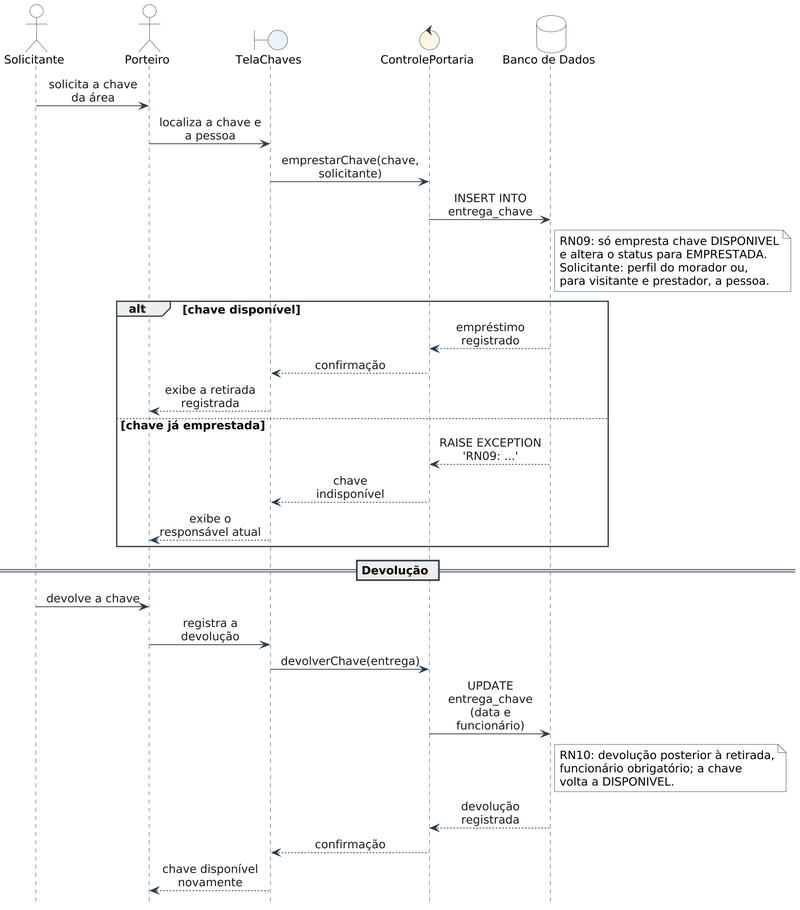
Above: Documentos/diagramas/diagramas_sequencia/05_seq_uc06.png in jvmuka/OASIS (PlantUML), before the change. Source of this version:
```plantuml
@startuml 05_seq_uc06
skinparam dpi 200
skinparam backgroundColor #FFFFFF
skinparam defaultFontName Arial
skinparam defaultFontSize 14
skinparam shadowing false
skinparam sequenceMessageAlign center
skinparam responseMessageBelowArrow true
skinparam ArrowColor #2C3E50
skinparam ArrowFontColor #1A1A1A
skinparam sequence {
  LifeLineBorderColor #2C3E50
  ParticipantBorderColor #2C3E50
  ParticipantBackgroundColor #FFFFFF
  ActorBorderColor #2C3E50
  ActorBackgroundColor #FFFFFF
  BoxBorderColor #2C3E50
  GroupBorderColor #2C3E50
  GroupHeaderFontStyle bold
  DividerBorderColor #2C3E50
}
skinparam boundary {
  BackgroundColor #EAF2FB
  BorderColor #2C3E50
}
skinparam control {
  BackgroundColor #FDF6E3
  BorderColor #2C3E50
}
skinparam database {
  BackgroundColor #FFFFFF
  BorderColor #2C3E50
}
skinparam note {
  BackgroundColor #FFFFFF
  BorderColor #2C3E50
}
hide footbox
skinparam maxMessageSize 130
skinparam ParticipantPadding 4
skinparam BoxPadding 4

actor "Solicitante" as M
actor "Porteiro" as P
boundary "TelaChaves" as T
control "ControlePortaria" as C
database "Banco de Dados" as BD

M -> P : solicita a chave da área
P -> T : localiza a chave e a pessoa
T -> C : emprestarChave(chave, solicitante)
C -> BD : INSERT INTO entrega_chave
note right of BD
  RN09: só empresta chave DISPONIVEL
  e altera o status para EMPRESTADA.
  Solicitante: perfil do morador ou,
  para visitante e prestador, a pessoa.
end note
alt chave disponível
  BD --> C : empréstimo registrado
  C --> T : confirmação
  T --> P : exibe a retirada registrada
else chave já emprestada
  BD --> C : RAISE EXCEPTION 'RN09: ...'
  C --> T : chave indisponível
  T --> P : exibe o responsável atual
end
== Devolução ==
M -> P : devolve a chave
P -> T : registra a devolução
T -> C : devolverChave(entrega)
C -> BD : UPDATE entrega_chave (data e funcionário)
note right of BD
  RN10: devolução posterior à retirada,
  funcionário obrigatório; a chave
  volta a DISPONIVEL.
end note
BD --> C : devolução registrada
C --> T : confirmação
T --> P : chave disponível novamente
@enduml
```
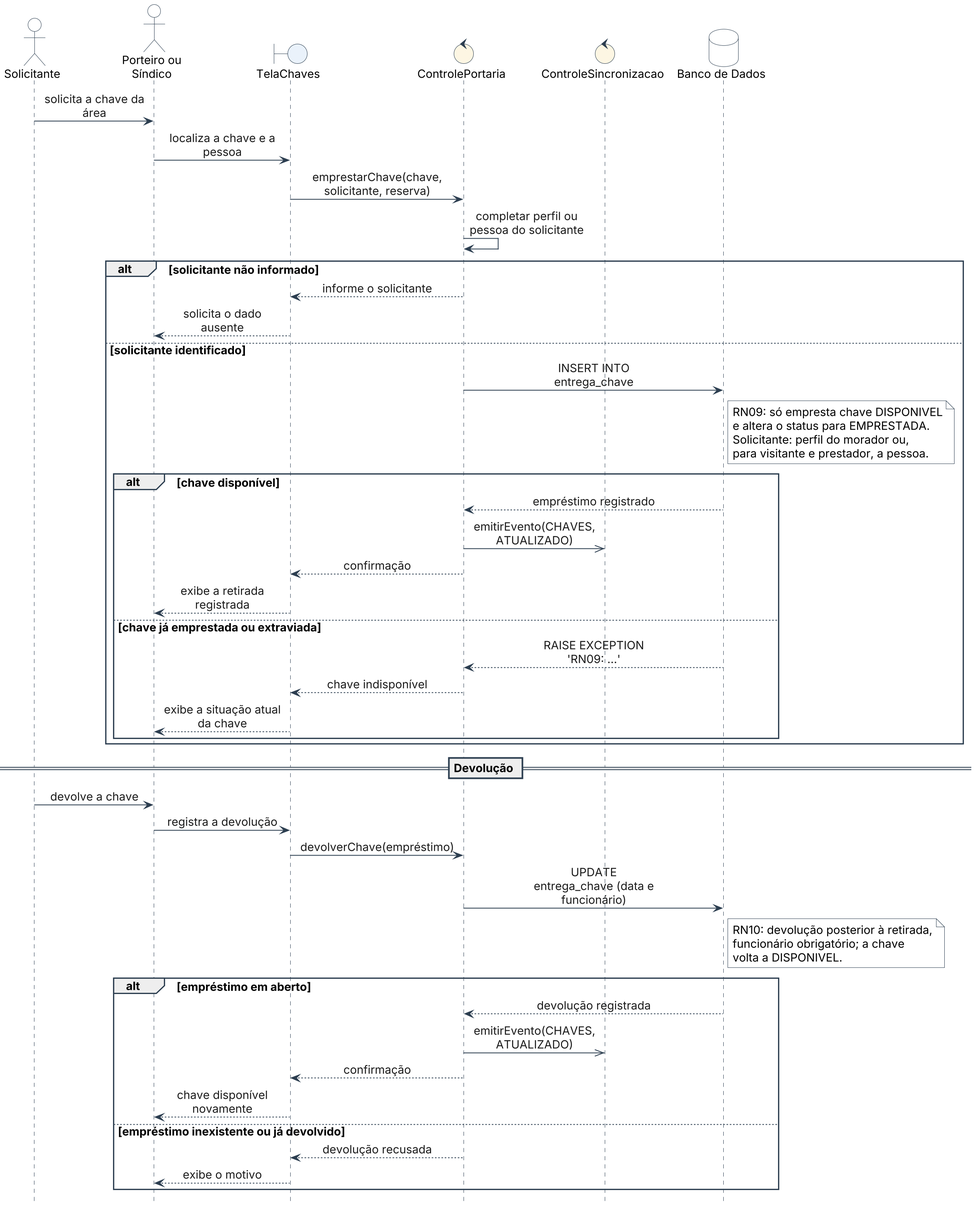
The same file after the commit.

Change to the diagram source:
```diff
@@ -1,81 +1,55 @@
 @startuml 05_seq_uc06
-skinparam dpi 200
-skinparam backgroundColor #FFFFFF
-skinparam defaultFontName Arial
-skinparam defaultFontSize 14
-skinparam shadowing false
-skinparam sequenceMessageAlign center
-skinparam responseMessageBelowArrow true
-skinparam ArrowColor #2C3E50
-skinparam ArrowFontColor #1A1A1A
-skinparam sequence {
-  LifeLineBorderColor #2C3E50
-  ParticipantBorderColor #2C3E50
-  ParticipantBackgroundColor #FFFFFF
-  ActorBorderColor #2C3E50
-  ActorBackgroundColor #FFFFFF
-  BoxBorderColor #2C3E50
-  GroupBorderColor #2C3E50
-  GroupHeaderFontStyle bold
-  DividerBorderColor #2C3E50
-}
-skinparam boundary {
-  BackgroundColor #EAF2FB
-  BorderColor #2C3E50
-}
-skinparam control {
-  BackgroundColor #FDF6E3
-  BorderColor #2C3E50
-}
-skinparam database {
-  BackgroundColor #FFFFFF
-  BorderColor #2C3E50
-}
-skinparam note {
-  BackgroundColor #FFFFFF
-  BorderColor #2C3E50
-}
-hide footbox
-skinparam maxMessageSize 130
-skinparam ParticipantPadding 4
-skinparam BoxPadding 4
-
+!include cabecalho.iuml
 actor "Solicitante" as M
-actor "Porteiro" as P
+actor "Porteiro ou\nSíndico" as P
 boundary "TelaChaves" as T
 control "ControlePortaria" as C
+control "ControleSincronizacao" as S
 database "Banco de Dados" as BD
 
 M -> P : solicita a chave da área
 P -> T : localiza a chave e a pessoa
-T -> C : emprestarChave(chave, solicitante)
-C -> BD : INSERT INTO entrega_chave
-note right of BD
-  RN09: só empresta chave DISPONIVEL
-  e altera o status para EMPRESTADA.
-  Solicitante: perfil do morador ou,
-  para visitante e prestador, a pessoa.
-end note
-alt chave disponível
-  BD --> C : empréstimo registrado
-  C --> T : confirmação
-  T --> P : exibe a retirada registrada
-else chave já emprestada
-  BD --> C : RAISE EXCEPTION 'RN09: ...'
-  C --> T : chave indisponível
-  T --> P : exibe o responsável atual
+T -> C : emprestarChave(chave, solicitante, reserva)
+C -> C : completar perfil ou pessoa do solicitante
+alt solicitante não informado
+  C --> T : informe o solicitante
+  T --> P : solicita o dado ausente
+else solicitante identificado
+  C -> BD : INSERT INTO entrega_chave
+  note right of BD
+    RN09: só empresta chave DISPONIVEL
+    e altera o status para EMPRESTADA.
+    Solicitante: perfil do morador ou,
+    para visitante e prestador, a pessoa.
+  end note
+  alt chave disponível
+    BD --> C : empréstimo registrado
+    C ->> S : emitirEvento(CHAVES, ATUALIZADO)
+    C --> T : confirmação
+    T --> P : exibe a retirada registrada
+  else chave já emprestada ou extraviada
+    BD --> C : RAISE EXCEPTION 'RN09: ...'
+    C --> T : chave indisponível
+    T --> P : exibe a situação atual da chave
+  end
 end
 == Devolução ==
 M -> P : devolve a chave
 P -> T : registra a devolução
-T -> C : devolverChave(entrega)
+T -> C : devolverChave(empréstimo)
 C -> BD : UPDATE entrega_chave (data e funcionário)
 note right of BD
   RN10: devolução posterior à retirada,
   funcionário obrigatório; a chave
   volta a DISPONIVEL.
 end note
-BD --> C : devolução registrada
-C --> T : confirmação
-T --> P : chave disponível novamente
+alt empréstimo em aberto
+  BD --> C : devolução registrada
+  C ->> S : emitirEvento(CHAVES, ATUALIZADO)
+  C --> T : confirmação
+  T --> P : chave disponível novamente
+else empréstimo inexistente ou já devolvido
+  C --> T : devolução recusada
+  T --> P : exibe o motivo
+end
 @enduml
```
